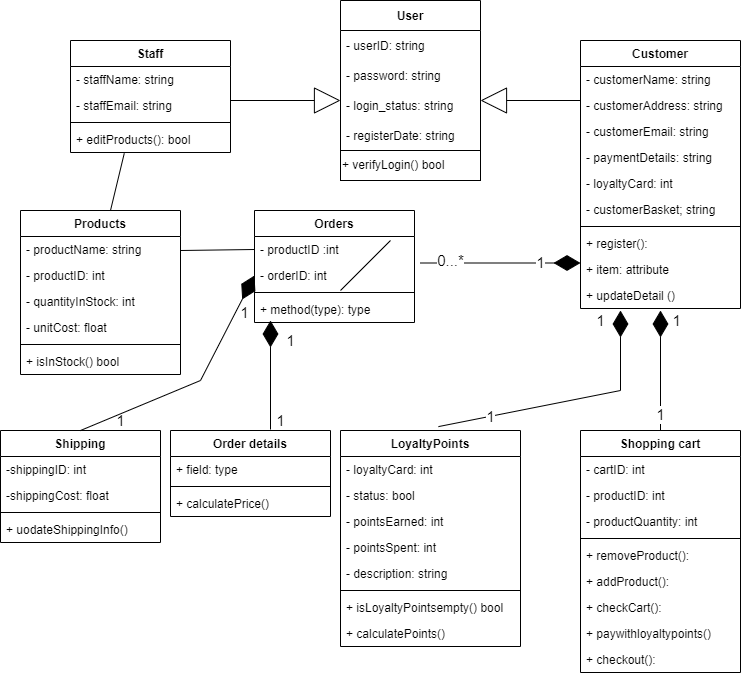
Above: online_supermarket.drawio.png in Richard-A-llen/Python (draw.io), before the change. Source tidied: cells renumbered, new cells last; positions are measured from the earlier drawing's top-left corner, leaving out a move shared by most shapes.
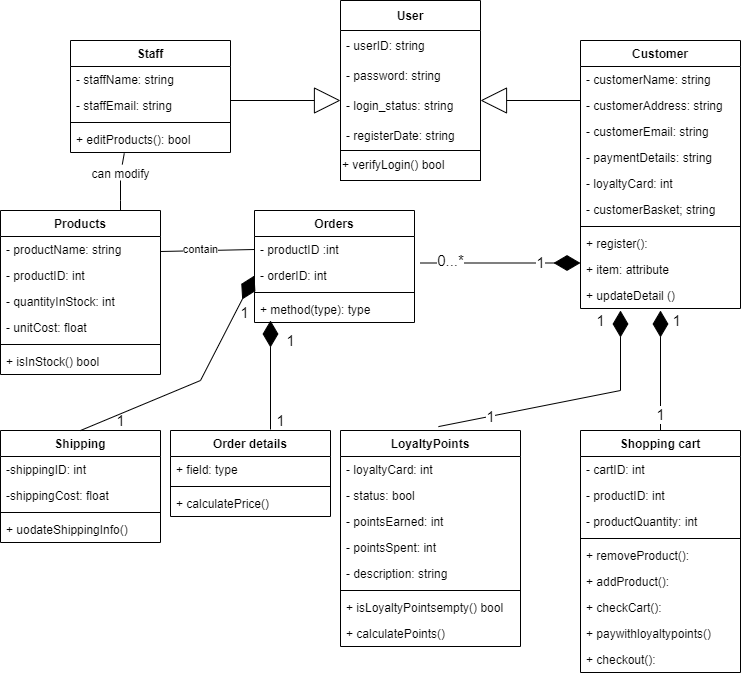
The same diagram one commit later.

What changed in the source:
```diff
@@ -192,7 +192,7 @@
       <mxGeometry x="590" y="310" width="20" height="20" as="geometry" />
     </mxCell>
     <mxCell id="59" value="Products" style="swimlane;fontStyle=1;align=center;verticalAlign=top;horizontal=1;startSize=26;fontSize=12;" parent="1" vertex="1">
-      <mxGeometry x="20" y="210" width="160" height="164" as="geometry" />
+      <mxGeometry y="210" width="160" height="164" as="geometry" />
     </mxCell>
     <mxCell id="60" value="- productName: string" style="text;strokeColor=none;fillColor=none;align=left;verticalAlign=top;spacingLeft=4;spacingRight=4;overflow=hidden;fontSize=12;" parent="59" vertex="1">
       <mxGeometry y="26" width="160" height="26" as="geometry" />
@@ -265,21 +265,28 @@
     <mxCell id="80" value="1" style="text;html=1;align=center;verticalAlign=middle;strokeColor=none;fillColor=none;fontSize=15;" parent="1" vertex="1">
       <mxGeometry x="234" y="302" width="20" height="20" as="geometry" />
     </mxCell>
-    <mxCell id="81" style="endArrow=none;html=1;rounded=0;entryX=0.336;entryY=1.033;entryDx=0;entryDy=0;entryPerimeter=0;" parent="1" edge="1" target="12">
-      <mxGeometry relative="1" as="geometry">
-        <mxPoint x="110" y="210" as="sourcePoint" />
-      </mxGeometry>
+    <mxCell id="81" style="endArrow=none;html=1;rounded=0;entryX=0.336;entryY=1.033;entryDx=0;entryDy=0;entryPerimeter=0;startArrow=none;" parent="1" edge="1" source="85" target="12">
+      <mxGeometry relative="1" as="geometry" />
     </mxCell>
-    <mxCell id="82" style="endArrow=none;html=1;rounded=0;" parent="1" edge="1">
-      <mxGeometry relative="1" as="geometry">
-        <mxPoint x="340" y="290" as="sourcePoint" />
-        <mxPoint x="390" y="240" as="targetPoint" />
-      </mxGeometry>
-    </mxCell>
-    <mxCell id="83" style="endArrow=none;html=1;rounded=0;entryX=0;entryY=0.5;entryDx=0;entryDy=0;" parent="1" edge="1" target="48">
-      <mxGeometry relative="1" as="geometry">
-        <mxPoint x="180" y="250" as="sourcePoint" />
-      </mxGeometry>
+    <mxCell id="83" style="endArrow=none;html=1;rounded=0;entryX=0;entryY=0.5;entryDx=0;entryDy=0;exitX=1;exitY=0.25;exitDx=0;exitDy=0;" parent="1" edge="1" source="59" target="48">
+      <mxGeometry relative="1" as="geometry" />
     </mxCell>
+    <mxCell id="84" value="contain" style="edgeLabel;html=1;align=center;verticalAlign=middle;" parent="83" vertex="1">
+      <mxGeometry x="-0.63" y="2" relative="1" as="geometry">
+        <mxPoint x="22" as="offset" />
+      </mxGeometry>
+    </mxCell>
+    <mxCell id="85" value="can modify" style="text;html=1;align=center;verticalAlign=middle;points=[];strokeColor=none;fillColor=none;" parent="1" vertex="1">
+      <mxGeometry x="85" y="164" width="70" height="20" as="geometry" />
+    </mxCell>
+    <mxCell id="86" style="endArrow=none;html=1;rounded=0;" parent="1" edge="1">
+      <mxGeometry relative="1" as="geometry">
+        <mxPoint x="120" y="210" as="sourcePoint" />
+        <mxPoint x="120" y="180" as="targetPoint" />
+        <Array as="points">
+          <mxPoint x="120" y="200" />
+        </Array>
+      </mxGeometry>
+    </mxCell>
   </root>
 </mxGraphModel>
```
